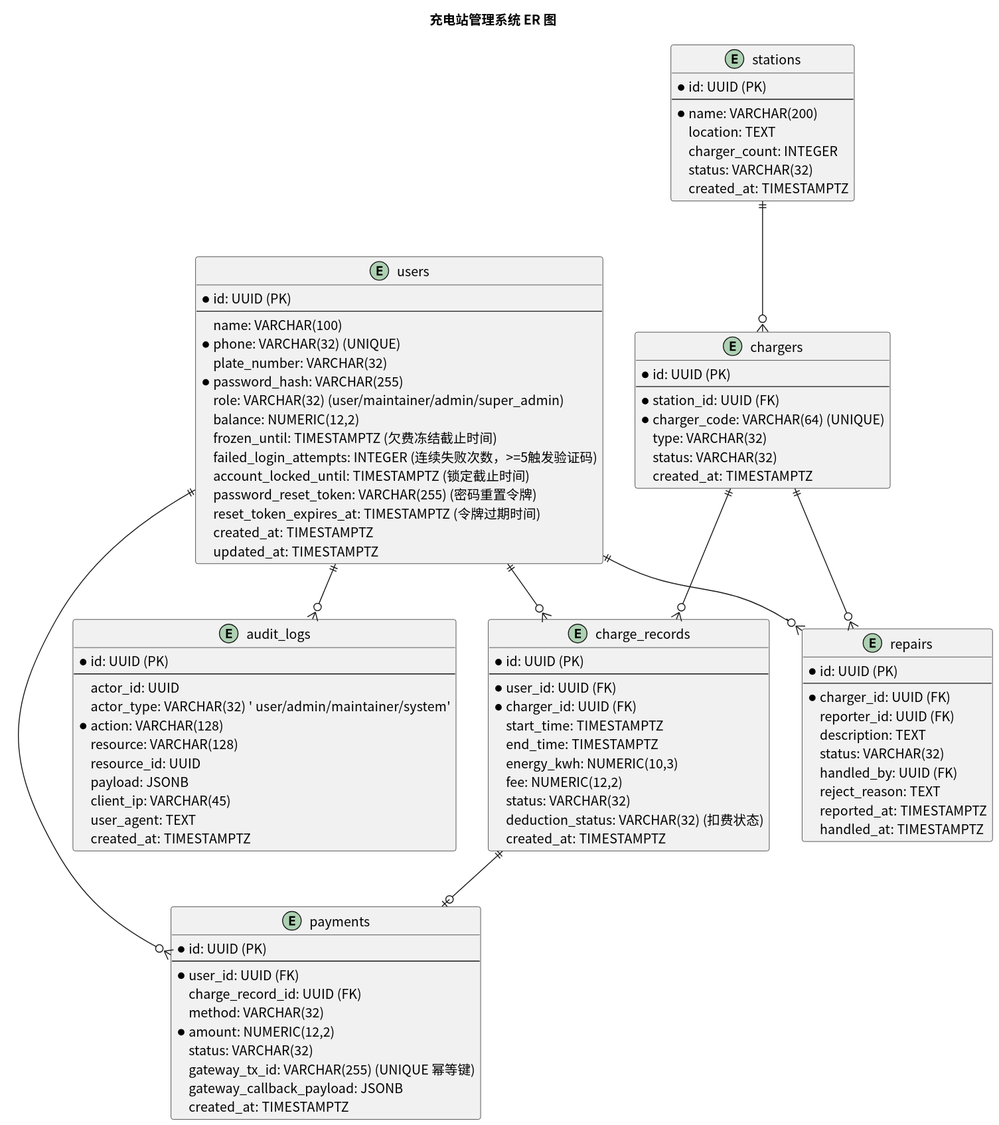
This is usecase/docs/database/img/er_diagram.svg from greenhandzdl/charging-station-doc, a PlantUML export, as it was before one commit.
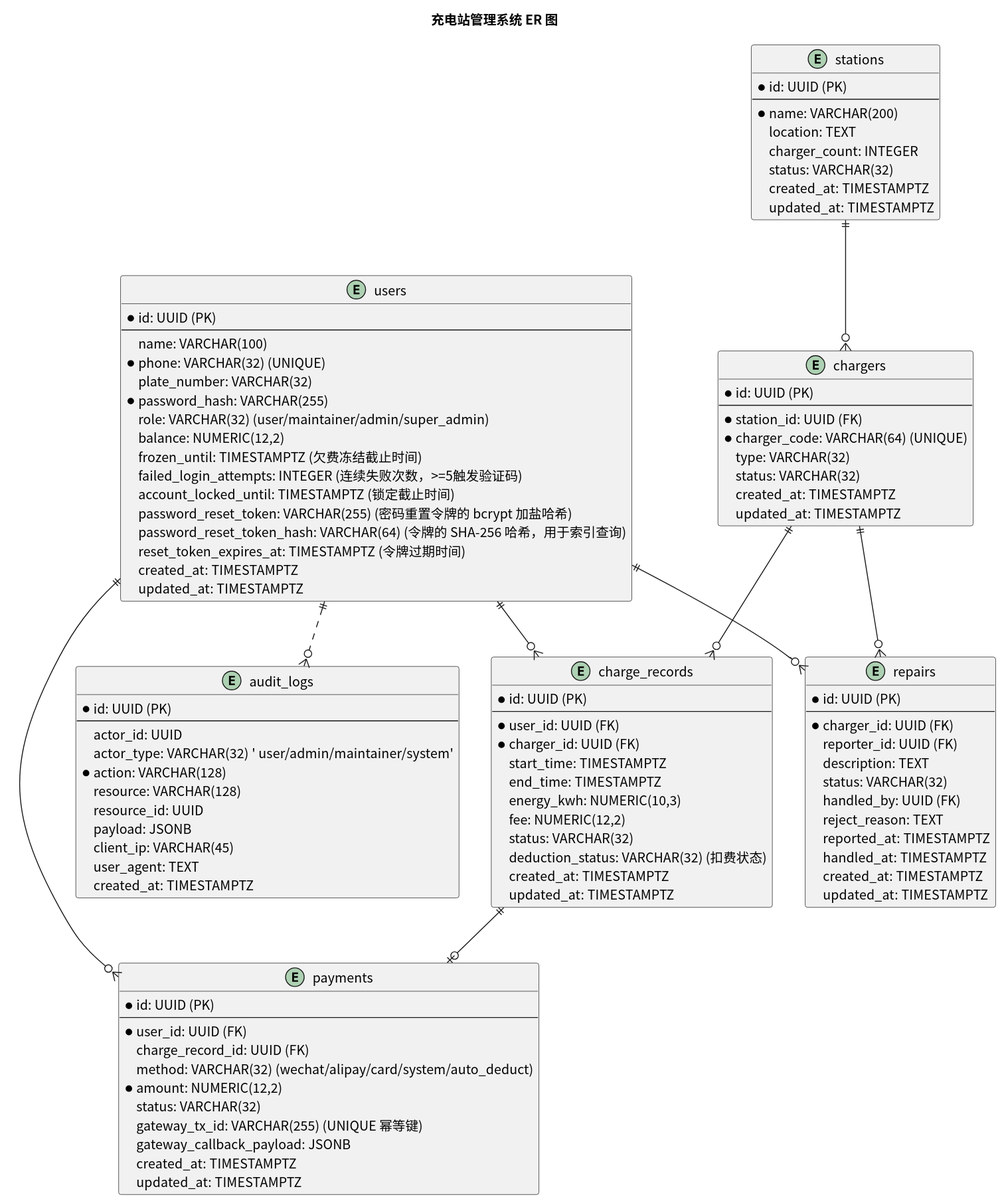
The same diagram one commit later.

Diff of the diagram source:
```diff
@@ -15,7 +15,8 @@
   frozen_until: TIMESTAMPTZ (欠费冻结截止时间)
   failed_login_attempts: INTEGER (连续失败次数，>=5触发验证码)
   account_locked_until: TIMESTAMPTZ (锁定截止时间)
-  password_reset_token: VARCHAR(255) (密码重置令牌)
+  password_reset_token: VARCHAR(255) (密码重置令牌的 bcrypt 加盐哈希)
+  password_reset_token_hash: VARCHAR(64) (令牌的 SHA-256 哈希，用于索引查询)
   reset_token_expires_at: TIMESTAMPTZ (令牌过期时间)
   created_at: TIMESTAMPTZ
   updated_at: TIMESTAMPTZ
@@ -29,6 +30,7 @@
   charger_count: INTEGER
   status: VARCHAR(32)
   created_at: TIMESTAMPTZ
+  updated_at: TIMESTAMPTZ
 }
 
 entity chargers {
@@ -39,6 +41,7 @@
   type: VARCHAR(32)
   status: VARCHAR(32)
   created_at: TIMESTAMPTZ
+  updated_at: TIMESTAMPTZ
 }
 
 entity charge_records {
@@ -53,6 +56,7 @@
   status: VARCHAR(32)
   deduction_status: VARCHAR(32) (扣费状态)
   created_at: TIMESTAMPTZ
+  updated_at: TIMESTAMPTZ
 }
 
 entity payments {
@@ -60,12 +64,13 @@
   --
   *user_id: UUID (FK)
   charge_record_id: UUID (FK)
-  method: VARCHAR(32)
+  method: VARCHAR(32) (wechat/alipay/card/system/auto_deduct)
   *amount: NUMERIC(12,2)
   status: VARCHAR(32)
   gateway_tx_id: VARCHAR(255) (UNIQUE 幂等键)
   gateway_callback_payload: JSONB
   created_at: TIMESTAMPTZ
+  updated_at: TIMESTAMPTZ
 }
 
 entity repairs {
@@ -79,6 +84,8 @@
   reject_reason: TEXT
   reported_at: TIMESTAMPTZ
   handled_at: TIMESTAMPTZ
+  created_at: TIMESTAMPTZ
+  updated_at: TIMESTAMPTZ
 }
 
 entity audit_logs {
@@ -102,5 +109,5 @@
 charge_records ||--o| payments
 users ||--o{ repairs
 chargers ||--o{ repairs
-users ||--o{ audit_logs
+users ||..o{ audit_logs
 @enduml
```
